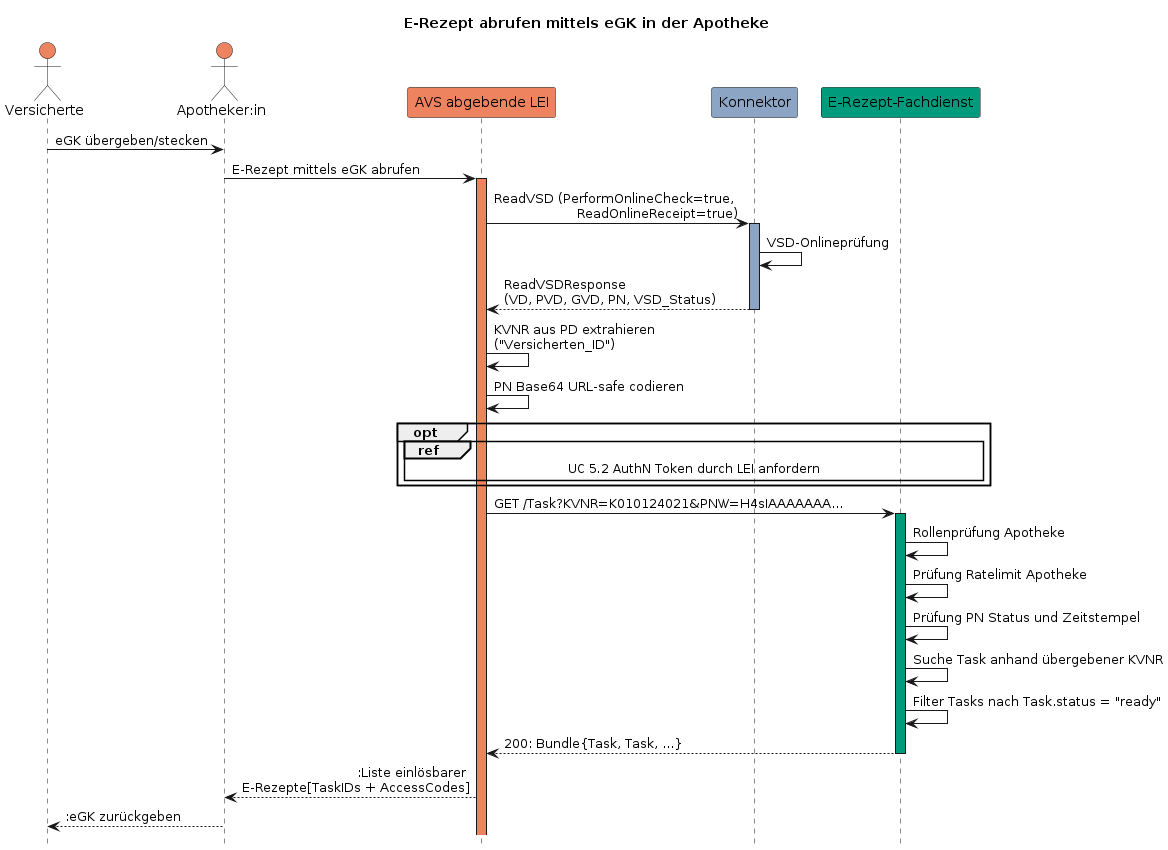
The PlantUML diagram images/puml_egk_abrufen.png in gematik/api-erp, before a commit.
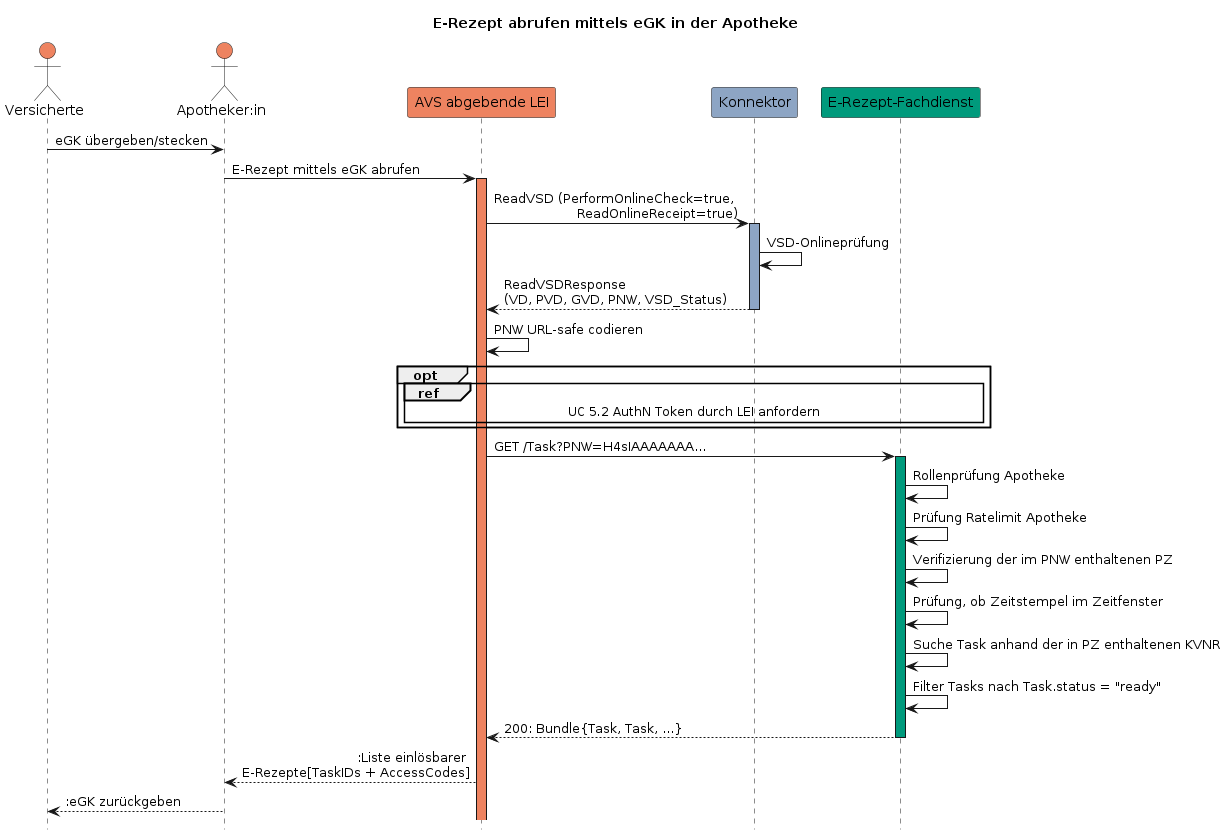
The same file after the commit.

What changed in the source:
```diff
@@ -13,10 +13,9 @@
 AVS -> Konnektor: ReadVSD (PerformOnlineCheck=true, \rReadOnlineReceipt=true)
     activate Konnektor #8da5c4
 Konnektor -> Konnektor: VSD-Onlineprüfung
-Konnektor --> AVS: ReadVSDResponse \n(VD, PVD, GVD, PN, VSD_Status)
+Konnektor --> AVS: ReadVSDResponse \n(VD, PVD, GVD, PNW, VSD_Status)
     deactivate Konnektor
-AVS -> AVS: KVNR aus PD extrahieren \n("Versicherten_ID")
-AVS -> AVS: PN Base64 URL-safe codieren
+AVS -> AVS: PNW URL-safe codieren
 
 group opt
     ref over AVS, Konnektor, FD
@@ -24,12 +23,13 @@
     end ref
 end
 
-AVS -> FD:  GET /Task?KVNR=K010124021&PNW=H4sIAAAAAAA...
+AVS -> FD:  GET /Task?PNW=H4sIAAAAAAA...
     activate FD #009a7c
 FD -> FD: Rollenprüfung Apotheke
 FD -> FD: Prüfung Ratelimit Apotheke
-FD -> FD: Prüfung PN Status und Zeitstempel
-FD -> FD: Suche Task anhand übergebener KVNR
+FD -> FD: Verifizierung der im PNW enthaltenen PZ
+FD -> FD: Prüfung, ob Zeitstempel im Zeitfenster
+FD -> FD: Suche Task anhand der in PZ enthaltenen KVNR
 FD -> FD: Filter Tasks nach Task.status = "ready"
 FD --> AVS: 200: Bundle{Task, Task, ...}
     deactivate FD
```
